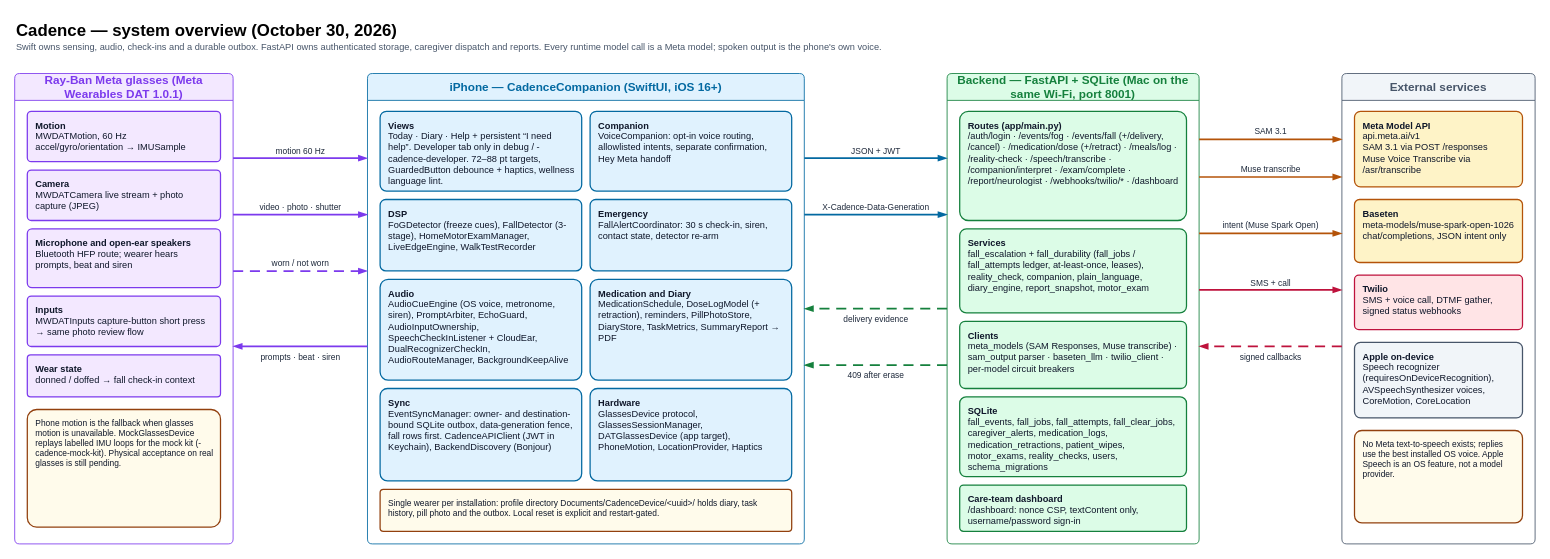
Earlier version of the draw.io diagram page "1 System overview" (1 of 5) of docs/cadence_architecture.drawio (theloopsmith/Cadence). Source tidied: cells renumbered, new cells numbered last; positions are measured from the earlier drawing's top-left corner, leaving out a move shared by most shapes. Both pictures are drawn from the tidied source at 84%, with x=0, y=0 at pixel (14, 14).
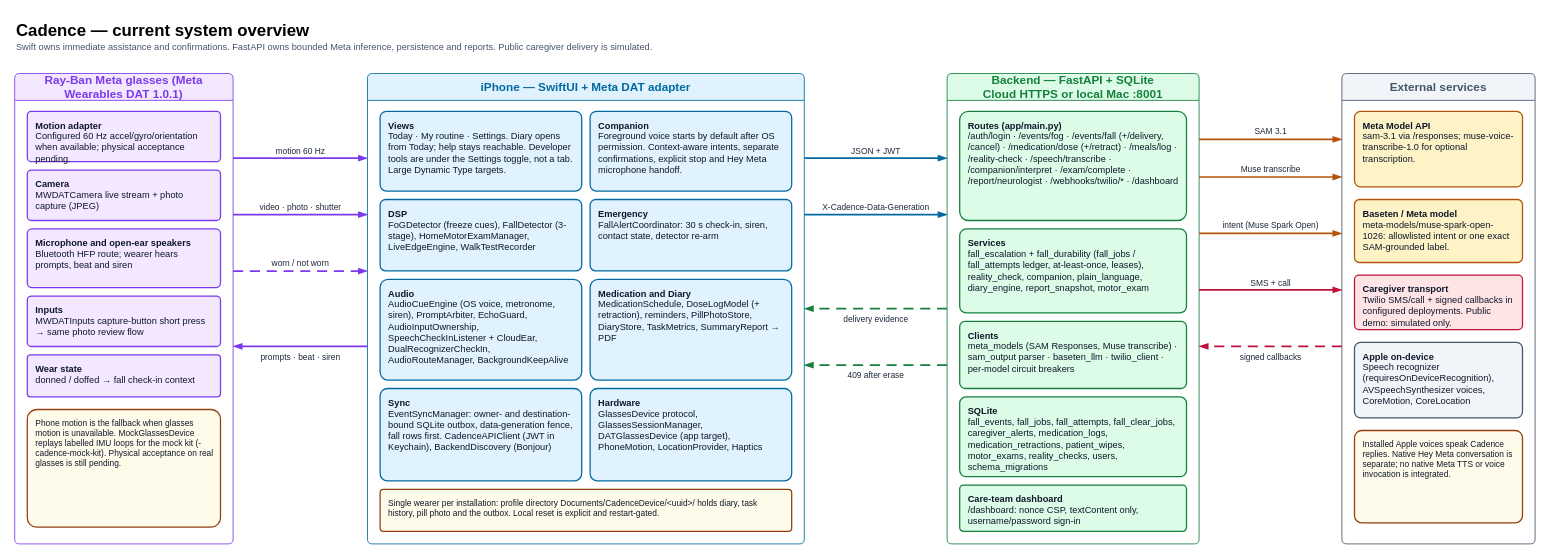
The same diagram, later.

Unchanged cells that the change refers to:
```xml
<mxCell id="3" value="Ray-Ban Meta glasses (Meta Wearables DAT 1.0.1)" style="swimlane;whiteSpace=wrap;html=1;startSize=32;fillColor=#F3E8FF;strokeColor=#7C3AED;fontColor=#7C3AED;fontStyle=1;fontSize=14;rounded=1;arcSize=6;swimlaneFillColor=#FFFFFF;" parent="1" vertex="1">
  <mxGeometry y="70" width="260" height="560" as="geometry" />
</mxCell>
<mxCell id="6" value="External services" style="swimlane;whiteSpace=wrap;html=1;startSize=32;fillColor=#F1F5F9;strokeColor=#475569;fontColor=#475569;fontStyle=1;fontSize=14;rounded=1;arcSize=6;swimlaneFillColor=#FFFFFF;" parent="1" vertex="1">
  <mxGeometry x="1580" y="70" width="230" height="560" as="geometry" />
</mxCell>
```

What changed in the source:
```diff
@@
-    <mxCell id="2" value="&lt;font style='font-size:20px'&gt;&lt;b&gt;Cadence — system overview (October 30, 2026)&lt;/b&gt;&lt;/font&gt;&lt;br/&gt;&lt;font style='font-size:11px' color='#475569'&gt;Swift owns sensing, audio, check-ins and a durable outbox. FastAPI owns authenticated storage, caregiver dispatch and reports. Every runtime model call is a Meta model; spoken output is the phone&amp;#x27;s own voice.&lt;/font&gt;" style="text;html=1;align=left;verticalAlign=top;whiteSpace=wrap;" parent="1" vertex="1">
+    <mxCell id="2" value="&lt;font style=&quot;font-size:20px&quot;&gt;&lt;b&gt;Cadence — current system overview&lt;/b&gt;&lt;/font&gt;&lt;br/&gt;&lt;font style=&quot;font-size:11px&quot; color=&quot;#475569&quot;&gt;Swift owns immediate assistance and confirmations. FastAPI owns bounded Meta inference, persistence and reports. Public caregiver delivery is simulated.&lt;/font&gt;" style="text;html=1;align=left;verticalAlign=top;whiteSpace=wrap;" parent="1" vertex="1">
       <mxGeometry width="1200" height="50" as="geometry" />
     </mxCell>
@@
-    <mxCell id="4" value="iPhone — CadenceCompanion (SwiftUI, iOS 16+)" style="swimlane;whiteSpace=wrap;html=1;startSize=32;fillColor=#E0F2FE;strokeColor=#0369A1;fontColor=#0369A1;fontStyle=1;fontSize=14;rounded=1;arcSize=6;swimlaneFillColor=#FFFFFF;" parent="1" vertex="1">
+    <mxCell id="4" value="iPhone — SwiftUI + Meta DAT adapter" style="swimlane;whiteSpace=wrap;html=1;startSize=32;fillColor=#E0F2FE;strokeColor=#0369A1;fontColor=#0369A1;fontStyle=1;fontSize=14;rounded=1;arcSize=6;swimlaneFillColor=#FFFFFF;" parent="1" vertex="1">
       <mxGeometry x="420" y="70" width="520" height="560" as="geometry" />
     </mxCell>
-    <mxCell id="5" value="Backend — FastAPI + SQLite (Mac on the same Wi-Fi, port 8001)" style="swimlane;whiteSpace=wrap;html=1;startSize=32;fillColor=#DCFCE7;strokeColor=#15803D;fontColor=#15803D;fontStyle=1;fontSize=14;rounded=1;arcSize=6;swimlaneFillColor=#FFFFFF;" parent="1" vertex="1">
+    <mxCell id="5" value="Backend — FastAPI + SQLite&lt;br/&gt;Cloud HTTPS or local Mac :8001" style="swimlane;whiteSpace=wrap;html=1;startSize=32;fillColor=#DCFCE7;strokeColor=#15803D;fontColor=#15803D;fontStyle=1;fontSize=14;rounded=1;arcSize=6;swimlaneFillColor=#FFFFFF;" parent="1" vertex="1">
       <mxGeometry x="1110" y="70" width="300" height="560" as="geometry" />
     </mxCell>
@@
-    <mxCell id="7" value="&lt;b&gt;Motion&lt;/b&gt;&lt;br/&gt;MWDATMotion, 60 Hz accel/gyro/orientation → IMUSample" style="rounded=1;arcSize=8;whiteSpace=wrap;html=1;fillColor=#F3E8FF;strokeColor=#7C3AED;fontColor=#0F172A;fontSize=11;align=left;verticalAlign=top;spacingLeft=8;spacingRight=8;spacingTop=4;strokeWidth=1.5;" parent="3" vertex="1">
+    <mxCell id="7" value="&lt;b&gt;Motion adapter&lt;/b&gt;&lt;br/&gt;Configured 60 Hz accel/gyro/orientation when available; physical acceptance pending." style="rounded=1;arcSize=8;whiteSpace=wrap;html=1;fillColor=#F3E8FF;strokeColor=#7C3AED;fontColor=#0F172A;fontSize=11;align=left;verticalAlign=top;spacingLeft=8;spacingRight=8;spacingTop=4;strokeWidth=1.5;" parent="3" vertex="1">
       <mxGeometry x="15" y="45" width="230" height="60" as="geometry" />
     </mxCell>
@@
-    <mxCell id="13" value="&lt;b&gt;Views&lt;/b&gt;&lt;br/&gt;Today · Diary · Help + persistent “I need help”. Developer tab only in debug / -cadence-developer. 72–88 pt targets, GuardedButton debounce + haptics, wellness language lint." style="rounded=1;arcSize=8;whiteSpace=wrap;html=1;fillColor=#E0F2FE;strokeColor=#0369A1;fontColor=#0F172A;fontSize=11;align=left;verticalAlign=top;spacingLeft=8;spacingRight=8;spacingTop=4;strokeWidth=1.5;" parent="4" vertex="1">
+    <mxCell id="13" value="&lt;b&gt;Views&lt;/b&gt;&lt;br/&gt;Today · My routine · Settings. Diary opens from Today; help stays reachable. Developer tools are under the Settings toggle, not a tab. Large Dynamic Type targets." style="rounded=1;arcSize=8;whiteSpace=wrap;html=1;fillColor=#E0F2FE;strokeColor=#0369A1;fontColor=#0F172A;fontSize=11;align=left;verticalAlign=top;spacingLeft=8;spacingRight=8;spacingTop=4;strokeWidth=1.5;" parent="4" vertex="1">
       <mxGeometry x="15" y="45" width="240" height="95" as="geometry" />
     </mxCell>
-    <mxCell id="14" value="&lt;b&gt;Companion&lt;/b&gt;&lt;br/&gt;VoiceCompanion: opt-in voice routing, allowlisted intents, separate confirmation, Hey Meta handoff" style="rounded=1;arcSize=8;whiteSpace=wrap;html=1;fillColor=#E0F2FE;strokeColor=#0369A1;fontColor=#0F172A;fontSize=11;align=left;verticalAlign=top;spacingLeft=8;spacingRight=8;spacingTop=4;strokeWidth=1.5;" parent="4" vertex="1">
+    <mxCell id="14" value="&lt;b&gt;Companion&lt;/b&gt;&lt;br/&gt;Foreground voice starts by default after OS permission. Context-aware intents, separate confirmations, explicit stop and Hey Meta microphone handoff." style="rounded=1;arcSize=8;whiteSpace=wrap;html=1;fillColor=#E0F2FE;strokeColor=#0369A1;fontColor=#0F172A;fontSize=11;align=left;verticalAlign=top;spacingLeft=8;spacingRight=8;spacingTop=4;strokeWidth=1.5;" parent="4" vertex="1">
       <mxGeometry x="265" y="45" width="240" height="95" as="geometry" />
     </mxCell>
@@
-    <mxCell id="27" value="&lt;b&gt;Meta Model API&lt;/b&gt;&lt;br/&gt;api.meta.ai/v1&lt;br/&gt;SAM 3.1 via POST /responses&lt;br/&gt;Muse Voice Transcribe via /asr/transcribe" style="rounded=1;arcSize=8;whiteSpace=wrap;html=1;fillColor=#FEF3C7;strokeColor=#B45309;fontColor=#0F172A;fontSize=11;align=left;verticalAlign=top;spacingLeft=8;spacingRight=8;spacingTop=4;strokeWidth=1.5;" parent="6" vertex="1">
+    <mxCell id="27" value="&lt;b&gt;Meta Model API&lt;/b&gt;&lt;br/&gt;sam-3.1 via /responses; muse-voice-transcribe-1.0 for optional transcription." style="rounded=1;arcSize=8;whiteSpace=wrap;html=1;fillColor=#FEF3C7;strokeColor=#B45309;fontColor=#0F172A;fontSize=11;align=left;verticalAlign=top;spacingLeft=8;spacingRight=8;spacingTop=4;strokeWidth=1.5;" parent="6" vertex="1">
       <mxGeometry x="15" y="45" width="200" height="90" as="geometry" />
     </mxCell>
-    <mxCell id="28" value="&lt;b&gt;Baseten&lt;/b&gt;&lt;br/&gt;meta-models/muse-spark-open-1026&lt;br/&gt;chat/completions, JSON intent only" style="rounded=1;arcSize=8;whiteSpace=wrap;html=1;fillColor=#FEF3C7;strokeColor=#B45309;fontColor=#0F172A;fontSize=11;align=left;verticalAlign=top;spacingLeft=8;spacingRight=8;spacingTop=4;strokeWidth=1.5;" parent="6" vertex="1">
+    <mxCell id="28" value="&lt;b&gt;Baseten / Meta model&lt;/b&gt;&lt;br/&gt;meta-models/muse-spark-open-1026: allowlisted intent or one exact SAM-grounded label." style="rounded=1;arcSize=8;whiteSpace=wrap;html=1;fillColor=#FEF3C7;strokeColor=#B45309;fontColor=#0F172A;fontSize=11;align=left;verticalAlign=top;spacingLeft=8;spacingRight=8;spacingTop=4;strokeWidth=1.5;" parent="6" vertex="1">
       <mxGeometry x="15" y="150" width="200" height="75" as="geometry" />
     </mxCell>
-    <mxCell id="29" value="&lt;b&gt;Twilio&lt;/b&gt;&lt;br/&gt;SMS + voice call, DTMF gather, signed status webhooks" style="rounded=1;arcSize=8;whiteSpace=wrap;html=1;fillColor=#FFE4E6;strokeColor=#BE123C;fontColor=#0F172A;fontSize=11;align=left;verticalAlign=top;spacingLeft=8;spacingRight=8;spacingTop=4;strokeWidth=1.5;" parent="6" vertex="1">
+    <mxCell id="29" value="&lt;b&gt;Caregiver transport&lt;/b&gt;&lt;br/&gt;Twilio SMS/call + signed callbacks in configured deployments. Public demo: simulated only." style="rounded=1;arcSize=8;whiteSpace=wrap;html=1;fillColor=#FFE4E6;strokeColor=#BE123C;fontColor=#0F172A;fontSize=11;align=left;verticalAlign=top;spacingLeft=8;spacingRight=8;spacingTop=4;strokeWidth=1.5;" parent="6" vertex="1">
       <mxGeometry x="15" y="240" width="200" height="65" as="geometry" />
     </mxCell>
@@
-    <mxCell id="31" value="No Meta text-to-speech exists; replies use the best installed OS voice. Apple Speech is an OS feature, not a model provider." style="rounded=1;arcSize=8;whiteSpace=wrap;html=1;fillColor=#FFFBEB;strokeColor=#92400E;fontColor=#0F172A;fontSize=10;align=left;verticalAlign=top;spacingLeft=8;spacingRight=8;spacingTop=4;strokeWidth=1.5;" parent="6" vertex="1">
+    <mxCell id="31" value="Installed Apple voices speak Cadence replies. Native Hey Meta conversation is separate; no native Meta TTS or voice invocation is integrated." style="rounded=1;arcSize=8;whiteSpace=wrap;html=1;fillColor=#FFFBEB;strokeColor=#92400E;fontColor=#0F172A;fontSize=10;align=left;verticalAlign=top;spacingLeft=8;spacingRight=8;spacingTop=4;strokeWidth=1.5;" parent="6" vertex="1">
       <mxGeometry x="15" y="425" width="200" height="110" as="geometry" />
     </mxCell>
```
